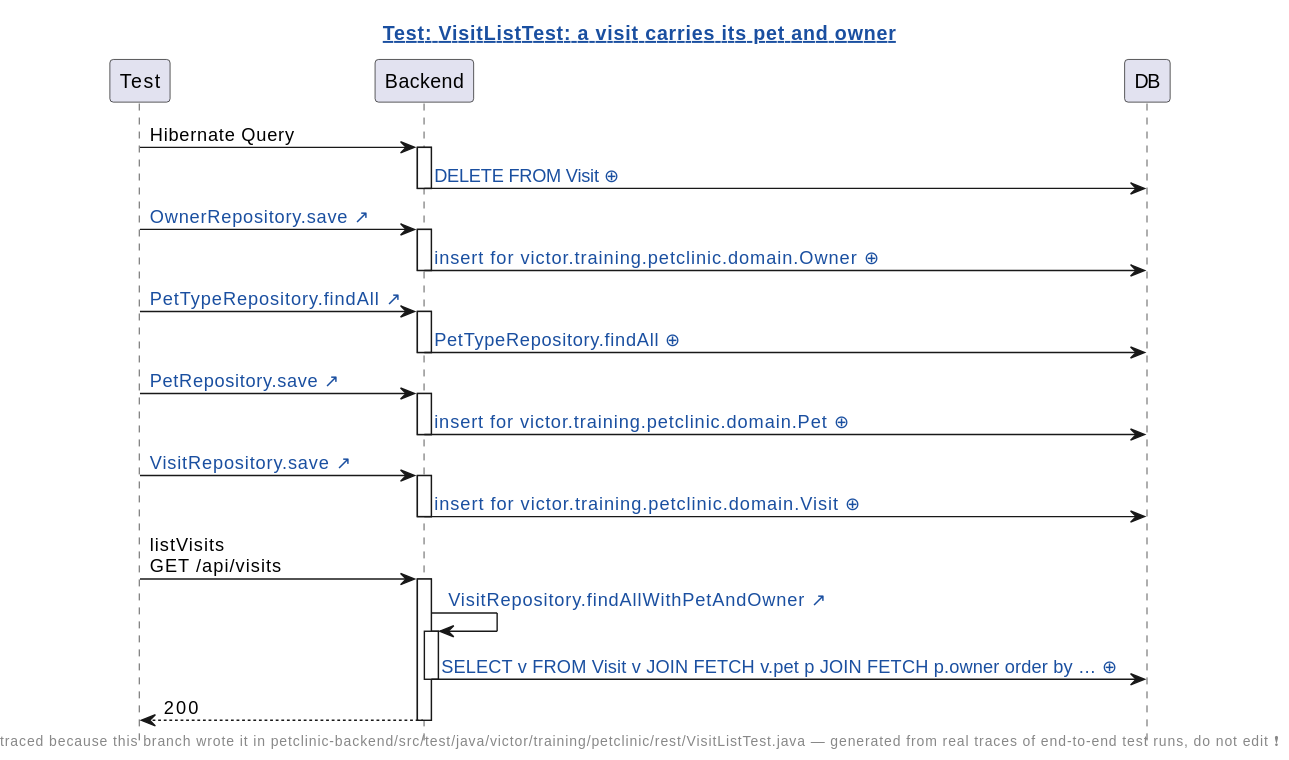
This is demo/demo2/assets/diagrams/petclinic-test_generated_VisitListTest.java.a-visit-carries-its-pet-and-owner.genseq.diff.svg from AgustinOliver98/human-review, a PlantUML export, as it was before one commit. Its diagram source:
```plantuml
@startuml
hide footbox
skinparam hyperlinkUnderline false
skinparam hyperlinkColor #1A4FA0
title [[src://petclinic-backend/src/test/java/victor/training/petclinic/rest/VisitListTest.java:89{Click to open the test} Test: VisitListTest: a visit carries its pet and owner]]
footer traced because this branch wrote it in petclinic-backend/src/test/java/victor/training/petclinic/rest/VisitListTest.java — generated from real traces of end-to-end test runs, do not edit ❗
participant Test
participant Backend
participant DB
Test -> Backend: Hibernate Query
activate Backend
Backend -> DB: [[genseq://1ha30s4{Click for the statement behind this call} DELETE FROM Visit ⊕]]
deactivate Backend
Test -> Backend: [[src://petclinic-backend/src/main/java/victor/training/petclinic/repository/OwnerRepository.java:19{Click to open OwnerRepository.save} OwnerRepository.save ↗]]
activate Backend
Backend -> DB: [[genseq://1x3fmx0{Click for the statement behind this call} insert for victor.training.petclinic.domain.Owner ⊕]]
deactivate Backend
Test -> Backend: [[src://petclinic-backend/src/main/java/victor/training/petclinic/repository/PetTypeRepository.java:11{Click to open PetTypeRepository.findAll} PetTypeRepository.findAll ↗]]
activate Backend
Backend -> DB: [[genseq://0ji1js5{Click for the statement behind this call} PetTypeRepository.findAll ⊕]]
deactivate Backend
Test -> Backend: [[src://petclinic-backend/src/main/java/victor/training/petclinic/repository/PetRepository.java:18{Click to open PetRepository.save} PetRepository.save ↗]]
activate Backend
Backend -> DB: [[genseq://1xyvwcm{Click for the statement behind this call} insert for victor.training.petclinic.domain.Pet ⊕]]
deactivate Backend
Test -> Backend: [[src://petclinic-backend/src/main/java/victor/training/petclinic/repository/VisitRepository.java:16{Click to open VisitRepository.save} VisitRepository.save ↗]]
activate Backend
Backend -> DB: [[genseq://0ccc7li{Click for the statement behind this call} insert for victor.training.petclinic.domain.Visit ⊕]]
deactivate Backend
Test -> Backend: listVisits\nGET /api/visits
activate Backend
Backend -> Backend: [[src://petclinic-backend/src/main/java/victor/training/petclinic/repository/VisitRepository.java:22{Click to open VisitRepository.findAllWithPetAndOwner} VisitRepository.findAllWithPetAndOwner ↗]]
activate Backend
Backend -> DB: [[genseq://114roce{Click for the statement behind this call} SELECT v FROM Visit v JOIN FETCH v.pet p JOIN FETCH p.owner order by … ⊕]]
deactivate Backend
Backend --> Test: 200
deactivate Backend
@enduml
```
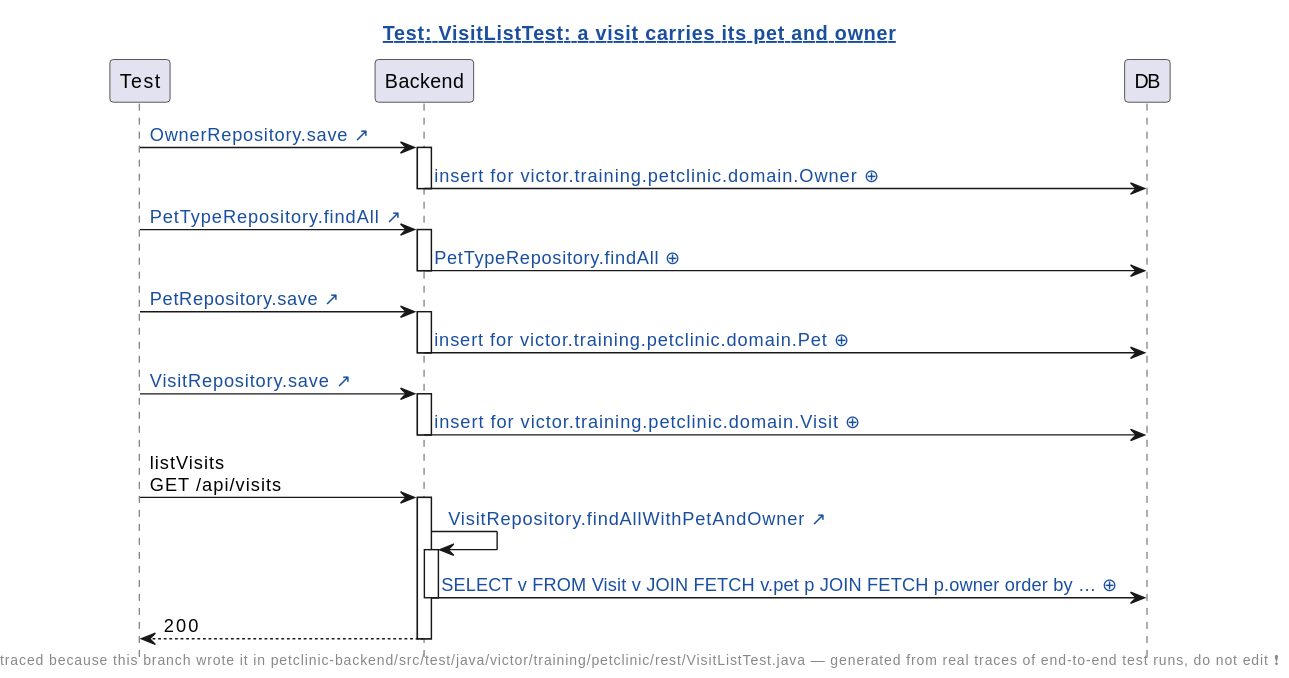
The same diagram one commit later.

What changed in the source:
```diff
@@ -7,10 +7,6 @@
 participant Test
 participant Backend
 participant DB
-Test -> Backend: Hibernate Query
-activate Backend
-Backend -> DB: [[genseq://1ha30s4{Click for the statement behind this call} DELETE FROM Visit ⊕]]
-deactivate Backend
 Test -> Backend: [[src://petclinic-backend/src/main/java/victor/training/petclinic/repository/OwnerRepository.java:19{Click to open OwnerRepository.save} OwnerRepository.save ↗]]
 activate Backend
 Backend -> DB: [[genseq://1x3fmx0{Click for the statement behind this call} insert for victor.training.petclinic.domain.Owner ⊕]]
@@ -21,11 +17,11 @@
 deactivate Backend
 Test -> Backend: [[src://petclinic-backend/src/main/java/victor/training/petclinic/repository/PetRepository.java:18{Click to open PetRepository.save} PetRepository.save ↗]]
 activate Backend
-Backend -> DB: [[genseq://1xyvwcm{Click for the statement behind this call} insert for victor.training.petclinic.domain.Pet ⊕]]
+Backend -> DB: [[genseq://08brujg{Click for the statement behind this call} insert for victor.training.petclinic.domain.Pet ⊕]]
 deactivate Backend
 Test -> Backend: [[src://petclinic-backend/src/main/java/victor/training/petclinic/repository/VisitRepository.java:16{Click to open VisitRepository.save} VisitRepository.save ↗]]
 activate Backend
-Backend -> DB: [[genseq://0ccc7li{Click for the statement behind this call} insert for victor.training.petclinic.domain.Visit ⊕]]
+Backend -> DB: [[genseq://15t4cj9{Click for the statement behind this call} insert for victor.training.petclinic.domain.Visit ⊕]]
 deactivate Backend
 Test -> Backend: listVisits\nGET /api/visits
 activate Backend
```
